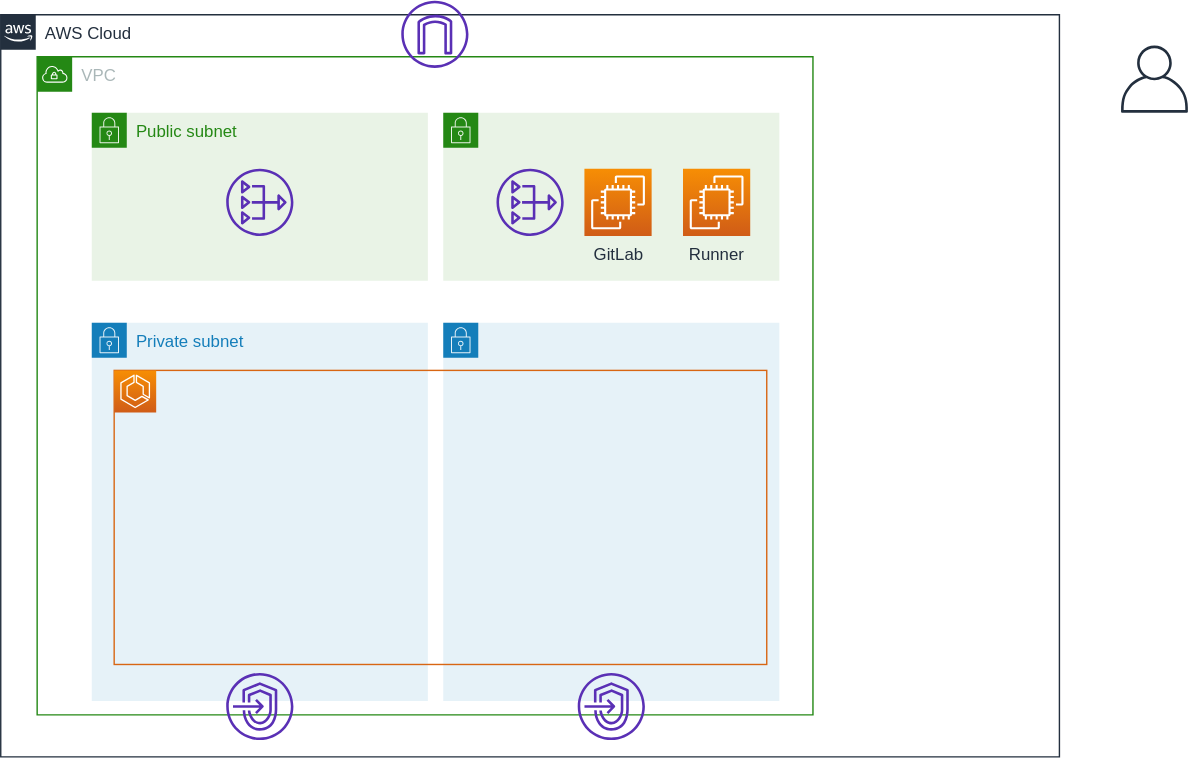
moriryota62/ecs-cicd keeps this draw.io diagram as documents/images/use-ecs.svg. Above is the earlier version. Source tidied: cells renumbered, new cells last; positions are measured from the earlier drawing's top-left corner, leaving out a move shared by most shapes.
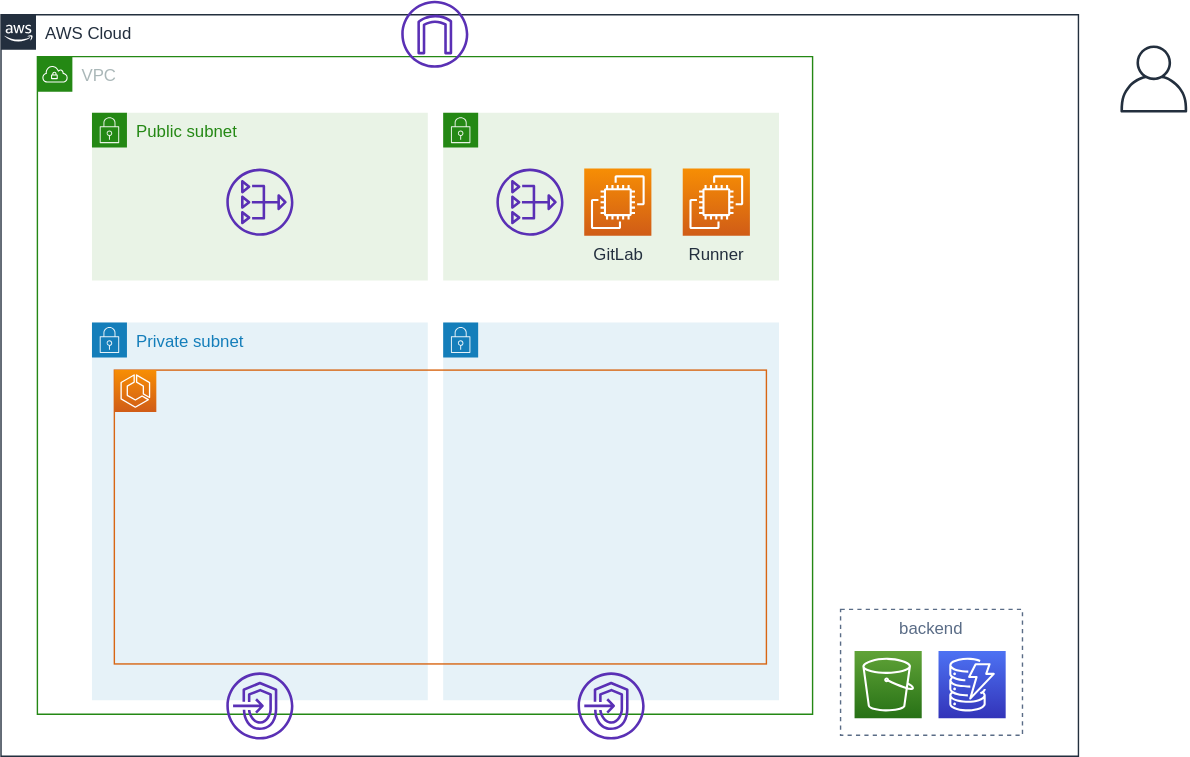
The same diagram one commit later.

Diff of the diagram source:
```diff
@@ -3,7 +3,7 @@
     <mxCell id="0" />
     <mxCell id="1" parent="0" />
     <mxCell id="2" value="AWS Cloud" style="gradientColor=none;html=1;whiteSpace=wrap;fontSize=12;fontStyle=0;shape=mxgraph.aws4.group;grIcon=mxgraph.aws4.group_aws_cloud_alt;strokeColor=#232F3E;fillColor=none;verticalAlign=top;align=left;spacingLeft=30;fontColor=#232F3E;dashed=0;" parent="1" vertex="1">
-      <mxGeometry y="10" width="756" height="530" as="geometry" />
+      <mxGeometry y="10" width="770" height="530" as="geometry" />
     </mxCell>
     <mxCell id="3" value="VPC" style="gradientColor=none;html=1;whiteSpace=wrap;fontSize=12;fontStyle=0;shape=mxgraph.aws4.group;grIcon=mxgraph.aws4.group_vpc;strokeColor=#248814;fillColor=none;verticalAlign=top;align=left;spacingLeft=30;fontColor=#AAB7B8;dashed=0;" parent="1" vertex="1">
       <mxGeometry x="26" y="40" width="554" height="470" as="geometry" />
@@ -35,20 +35,38 @@
     <mxCell id="12" style="fontColor=#232F3E;gradientColor=#F78E04;gradientDirection=north;fillColor=#D05C17;strokeColor=#ffffff;dashed=0;verticalLabelPosition=bottom;verticalAlign=top;align=center;html=1;fontSize=12;fontStyle=0;shape=mxgraph.aws4.resourceIcon;resIcon=mxgraph.aws4.ecs;" parent="1" vertex="1">
       <mxGeometry x="81" y="264" width="30" height="30" as="geometry" />
     </mxCell>
-    <mxCell id="13" style="fontColor=#232F3E;gradientColor=none;fillColor=#5A30B5;strokeColor=none;dashed=0;verticalLabelPosition=bottom;verticalAlign=top;align=center;html=1;fontSize=12;fontStyle=0;shape=mxgraph.aws4.nat_gateway;" parent="1" vertex="1">
-      <mxGeometry x="161" y="120" width="48" height="48" as="geometry" />
+    <mxCell id="13" style="edgeStyle=orthogonalEdgeStyle;rounded=0;orthogonalLoop=1;jettySize=auto;html=1;exitX=0.5;exitY=1;exitDx=0;exitDy=0;" parent="1" edge="1">
+      <mxGeometry relative="1" as="geometry">
+        <mxPoint x="310.5" y="450" as="sourcePoint" />
+        <mxPoint x="310.5" y="450" as="targetPoint" />
+      </mxGeometry>
     </mxCell>
-    <mxCell id="14" style="fontColor=#232F3E;gradientColor=none;fillColor=#5A30B5;strokeColor=none;dashed=0;verticalLabelPosition=bottom;verticalAlign=top;align=center;html=1;fontSize=12;fontStyle=0;shape=mxgraph.aws4.endpoints;" parent="1" vertex="1">
-      <mxGeometry x="161" y="480" width="48" height="48" as="geometry" />
+    <mxCell id="14" style="fontColor=#232F3E;gradientColor=none;fillColor=#5A30B5;strokeColor=none;dashed=0;verticalLabelPosition=bottom;verticalAlign=top;align=center;html=1;fontSize=12;fontStyle=0;shape=mxgraph.aws4.nat_gateway;" parent="1" vertex="1">
+      <mxGeometry x="161" y="120" width="48" height="48" as="geometry" />
     </mxCell>
     <mxCell id="15" style="fontColor=#232F3E;gradientColor=none;fillColor=#5A30B5;strokeColor=none;dashed=0;verticalLabelPosition=bottom;verticalAlign=top;align=center;html=1;fontSize=12;fontStyle=0;shape=mxgraph.aws4.endpoints;" parent="1" vertex="1">
-      <mxGeometry x="412" y="480" width="48" height="48" as="geometry" />
+      <mxGeometry x="161" y="480" width="48" height="48" as="geometry" />
     </mxCell>
-    <mxCell id="16" style="fontColor=#232F3E;gradientColor=none;fillColor=#5A30B5;strokeColor=none;dashed=0;verticalLabelPosition=bottom;verticalAlign=top;align=center;html=1;fontSize=12;fontStyle=0;shape=mxgraph.aws4.nat_gateway;" parent="1" vertex="1">
-      <mxGeometry x="354" y="120" width="48" height="48" as="geometry" />
+    <mxCell id="16" style="fontColor=#232F3E;gradientColor=none;fillColor=#5A30B5;strokeColor=none;dashed=0;verticalLabelPosition=bottom;verticalAlign=top;align=center;html=1;fontSize=12;fontStyle=0;shape=mxgraph.aws4.endpoints;" parent="1" vertex="1">
+      <mxGeometry x="412" y="480" width="48" height="48" as="geometry" />
     </mxCell>
-    <mxCell id="17" style="fontColor=#232F3E;gradientColor=none;fillColor=#232F3E;strokeColor=none;dashed=0;verticalLabelPosition=bottom;verticalAlign=top;align=center;html=1;fontSize=12;fontStyle=0;shape=mxgraph.aws4.user;" parent="1" vertex="1">
-      <mxGeometry x="800" y="32" width="48" height="48" as="geometry" />
+    <mxCell id="17" style="fontColor=#232F3E;gradientColor=none;fillColor=#5A30B5;strokeColor=none;dashed=0;verticalLabelPosition=bottom;verticalAlign=top;align=center;html=1;fontSize=12;fontStyle=0;shape=mxgraph.aws4.nat_gateway;" parent="1" vertex="1">
+      <mxGeometry x="354" y="120" width="48" height="48" as="geometry" />
     </mxCell>
+    <mxCell id="18" style="fontColor=#232F3E;gradientColor=none;fillColor=#232F3E;strokeColor=none;dashed=0;verticalLabelPosition=bottom;verticalAlign=top;align=center;html=1;fontSize=12;fontStyle=0;shape=mxgraph.aws4.user;" parent="1" vertex="1">
+      <mxGeometry x="800" y="32" width="48" height="48" as="geometry" />
+    </mxCell>
+    <mxCell id="19" style="group;" parent="1" vertex="1">
+      <mxGeometry x="600" y="435" width="130" height="90" as="geometry" />
+    </mxCell>
+    <mxCell id="20" style="fontColor=#232F3E;gradientColor=#4D72F3;gradientDirection=north;fillColor=#3334B9;strokeColor=#ffffff;dashed=0;verticalLabelPosition=bottom;verticalAlign=top;align=center;html=1;fontSize=12;fontStyle=0;shape=mxgraph.aws4.resourceIcon;resIcon=mxgraph.aws4.dynamodb;" parent="19" vertex="1">
+      <mxGeometry x="70" y="29.8" width="48" height="48" as="geometry" />
+    </mxCell>
+    <mxCell id="21" style="fontColor=#232F3E;gradientColor=#60A337;gradientDirection=north;fillColor=#277116;strokeColor=#ffffff;dashed=0;verticalLabelPosition=bottom;verticalAlign=top;align=center;html=1;fontSize=12;fontStyle=0;shape=mxgraph.aws4.resourceIcon;resIcon=mxgraph.aws4.s3;" parent="19" vertex="1">
+      <mxGeometry x="10" y="29.8" width="48" height="48" as="geometry" />
+    </mxCell>
+    <mxCell id="22" value="backend" style="fillColor=none;strokeColor=#5A6C86;dashed=1;verticalAlign=top;fontStyle=0;fontColor=#5A6C86;" parent="19" vertex="1">
+      <mxGeometry width="130" height="90" as="geometry" />
+    </mxCell>
   </root>
 </mxGraphModel>
```
